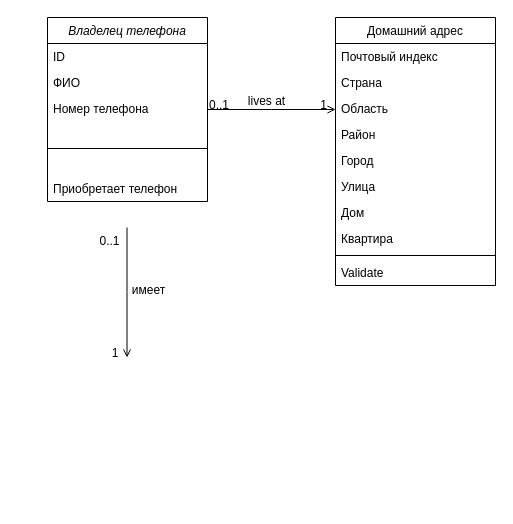
Earlier version of the draw.io diagram Class Diagram.drawio (fpmi-tp2023/labrabota4gr14a-artyomshpakovski). Source tidied: cells renumbered, new cells numbered last; positions are measured from the earlier drawing's top-left corner, leaving out a move shared by most shapes. Both pictures are drawn from the tidied source at 100%, with x=0, y=0 at pixel (47, 17).
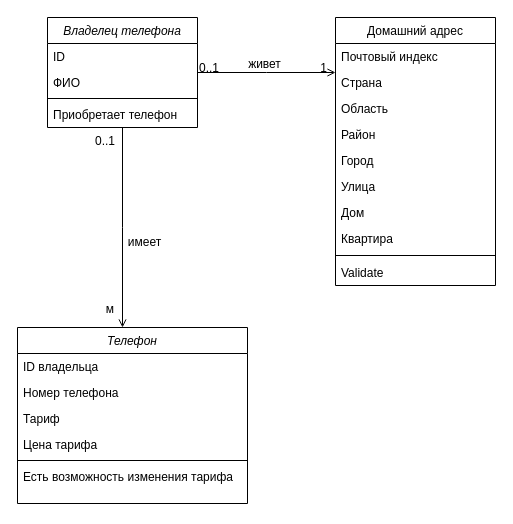
The same page after the edit.

The change refers to these unchanged cells:
```xml
<mxCell id="19" style="endArrow=open;shadow=0;strokeWidth=1;rounded=0;endFill=1;edgeStyle=elbowEdgeStyle;elbow=vertical;" parent="1" edge="1" source="2" target="8">
  <mxGeometry x="0.5" y="41" relative="1" as="geometry">
    <mxPoint x="-40" y="32" as="offset" />
  </mxGeometry>
</mxCell>
```

What changed in the source:
```diff
@@
     <mxCell id="2" value="Владелец телефона" style="swimlane;fontStyle=2;align=center;verticalAlign=top;horizontal=1;startSize=26;rounded=0;shadow=0;strokeWidth=1;" parent="1" vertex="1">
-      <mxGeometry width="160" height="184" as="geometry" />
+      <mxGeometry width="150" height="110" as="geometry" />
     </mxCell>
     <mxCell id="3" value="ID" style="text;align=left;verticalAlign=top;spacingLeft=4;spacingRight=4;overflow=hidden;rounded=0;shadow=0;html=0;" parent="2" vertex="1">
-      <mxGeometry y="26" width="160" height="26" as="geometry" />
+      <mxGeometry y="26" width="150" height="26" as="geometry" />
     </mxCell>
     <mxCell id="4" value="ФИО" style="text;align=left;verticalAlign=top;spacingLeft=4;spacingRight=4;overflow=hidden;" parent="2" vertex="1">
-      <mxGeometry y="52" width="160" height="26" as="geometry" />
+      <mxGeometry y="52" width="150" height="26" as="geometry" />
     </mxCell>
-    <mxCell id="5" value="Номер телефона" style="text;align=left;verticalAlign=top;spacingLeft=4;spacingRight=4;overflow=hidden;" parent="2" vertex="1">
-      <mxGeometry y="78" width="160" height="26" as="geometry" />
-    </mxCell>
     <mxCell id="6" style="line;html=1;strokeWidth=1;align=left;verticalAlign=middle;spacingTop=-1;spacingLeft=3;spacingRight=3;labelPosition=right;" parent="2" vertex="1">
-      <mxGeometry y="104" width="160" height="54" as="geometry" />
+      <mxGeometry y="78" width="150" height="6" as="geometry" />
     </mxCell>
     <mxCell id="7" value="Приобретает телефон&#10;" style="text;align=left;verticalAlign=top;spacingLeft=4;spacingRight=4;overflow=hidden;" parent="2" vertex="1">
-      <mxGeometry y="158" width="160" height="18" as="geometry" />
+      <mxGeometry y="84" width="150" height="18" as="geometry" />
     </mxCell>
@@
-    <mxCell id="22" value="lives at" style="text;html=1;align=center;verticalAlign=middle;labelBackgroundColor=none;rounded=0;shadow=0;strokeWidth=1;fontSize=12;" parent="19" vertex="1">
+    <mxCell id="22" value="&lt;div&gt;живет&lt;/div&gt;&lt;div&gt;&lt;br&gt;&lt;/div&gt;" style="text;html=1;align=center;verticalAlign=middle;labelBackgroundColor=none;rounded=0;shadow=0;strokeWidth=1;fontSize=12;" parent="19" vertex="1">
       <mxGeometry x="0.5" y="49" relative="1" as="geometry">
-        <mxPoint x="-38" y="40" as="offset" />
+        <mxPoint x="-38" y="47" as="offset" />
       </mxGeometry>
     </mxCell>
-    <mxCell id="23" style="endArrow=open;shadow=0;strokeWidth=1;rounded=0;endFill=1;edgeStyle=elbowEdgeStyle;elbow=vertical;" parent="1" edge="1">
+    <mxCell id="23" style="endArrow=open;shadow=0;strokeWidth=1;rounded=0;endFill=1;edgeStyle=elbowEdgeStyle;elbow=vertical;exitX=0.5;exitY=1;exitDx=0;exitDy=0;" parent="1" edge="1" source="2">
       <mxGeometry x="0.5" y="41" relative="1" as="geometry">
-        <mxPoint x="79.5" y="210" as="sourcePoint" />
-        <mxPoint x="79.5" y="340" as="targetPoint" />
+        <mxPoint x="75" y="310" as="targetPoint" />
         <mxPoint x="-40" y="32" as="offset" />
       </mxGeometry>
     </mxCell>
@@
-    <mxCell id="25" value="1" style="align=right;verticalAlign=bottom;labelBackgroundColor=none;fontSize=12;" parent="23" vertex="1">
+    <mxCell id="25" value="м" style="align=right;verticalAlign=bottom;labelBackgroundColor=none;fontSize=12;" parent="23" vertex="1">
       <mxGeometry x="1" relative="1" as="geometry">
-        <mxPoint x="-7" y="4" as="offset" />
+        <mxPoint x="-7" y="-10" as="offset" />
       </mxGeometry>
     </mxCell>
@@
+    <mxCell id="27" value="Телефон" style="swimlane;fontStyle=2;align=center;verticalAlign=top;horizontal=1;startSize=26;rounded=0;shadow=0;strokeWidth=1;" parent="1" vertex="1">
+      <mxGeometry x="-30" y="310" width="230" height="176" as="geometry" />
+    </mxCell>
+    <mxCell id="28" value="ID владельца" style="text;align=left;verticalAlign=top;spacingLeft=4;spacingRight=4;overflow=hidden;rounded=0;shadow=0;html=0;" parent="27" vertex="1">
+      <mxGeometry y="26" width="230" height="26" as="geometry" />
+    </mxCell>
+    <mxCell id="5" value="Номер телефона" style="text;align=left;verticalAlign=top;spacingLeft=4;spacingRight=4;overflow=hidden;rounded=0;shadow=0;html=0;" parent="27" vertex="1">
+      <mxGeometry y="52" width="230" height="26" as="geometry" />
+    </mxCell>
+    <mxCell id="29" value="Тариф" style="text;align=left;verticalAlign=top;spacingLeft=4;spacingRight=4;overflow=hidden;" parent="27" vertex="1">
+      <mxGeometry y="78" width="230" height="26" as="geometry" />
+    </mxCell>
+    <mxCell id="30" value="Цена тарифа" style="text;align=left;verticalAlign=top;spacingLeft=4;spacingRight=4;overflow=hidden;" parent="27" vertex="1">
+      <mxGeometry y="104" width="230" height="26" as="geometry" />
+    </mxCell>
+    <mxCell id="31" style="line;html=1;strokeWidth=1;align=left;verticalAlign=middle;spacingTop=-1;spacingLeft=3;spacingRight=3;labelPosition=right;" parent="27" vertex="1">
+      <mxGeometry y="130" width="230" height="6" as="geometry" />
+    </mxCell>
+    <mxCell id="32" value="Есть возможность изменения тарифа&#10;" style="text;align=left;verticalAlign=top;spacingLeft=4;spacingRight=4;overflow=hidden;" parent="27" vertex="1">
+      <mxGeometry y="136" width="230" height="40" as="geometry" />
+    </mxCell>
```
